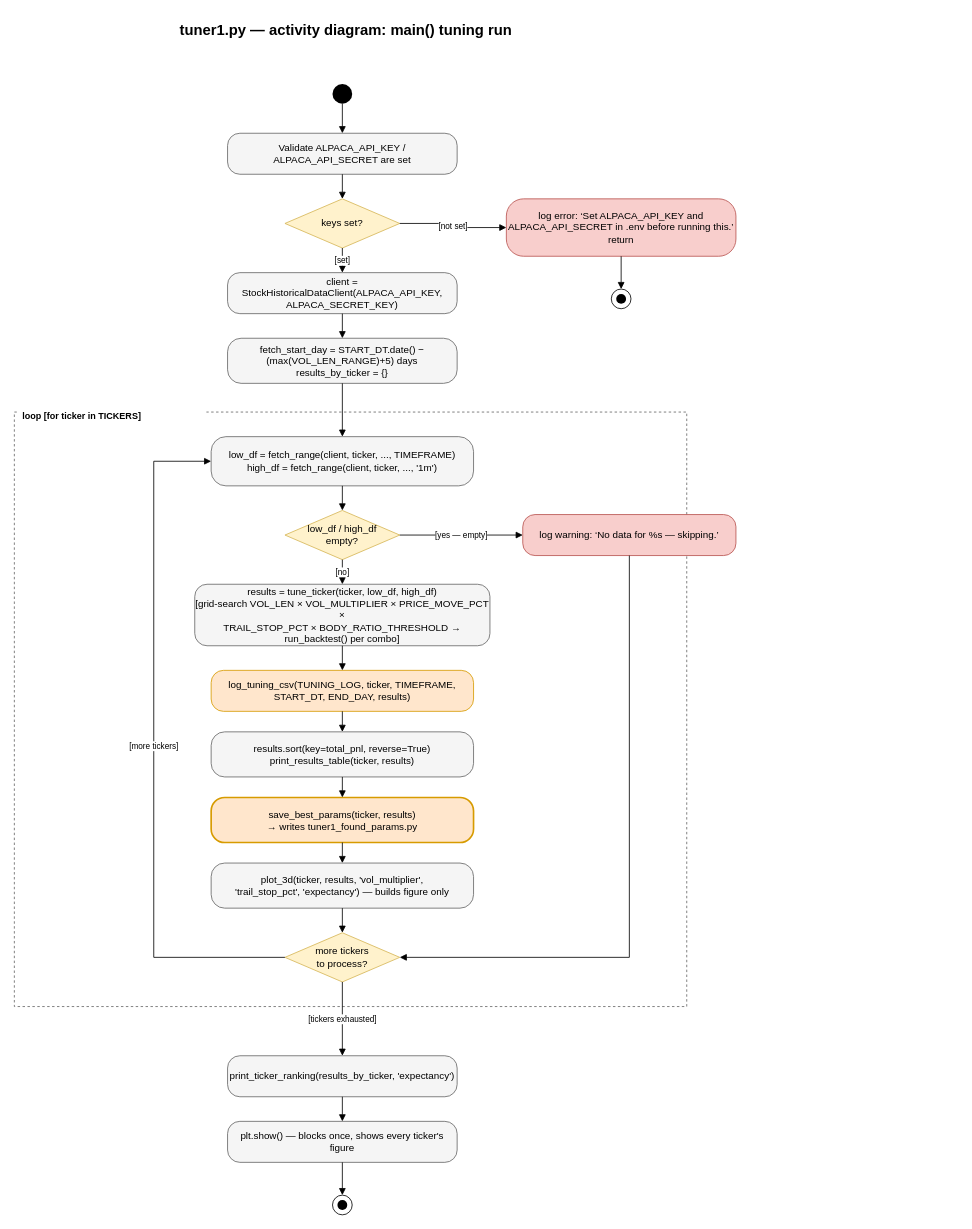
This is page "action_tuner1" (3 of 7) of system.drawio from artgme/r7trader, a draw.io file, before an edit. Source tidied: cells renumbered, new cells numbered last; positions are measured from the earlier drawing's top-left corner, leaving out a move shared by most shapes. Both pictures are drawn from the tidied source at 82%, with x=0, y=0 at pixel (14, 18).
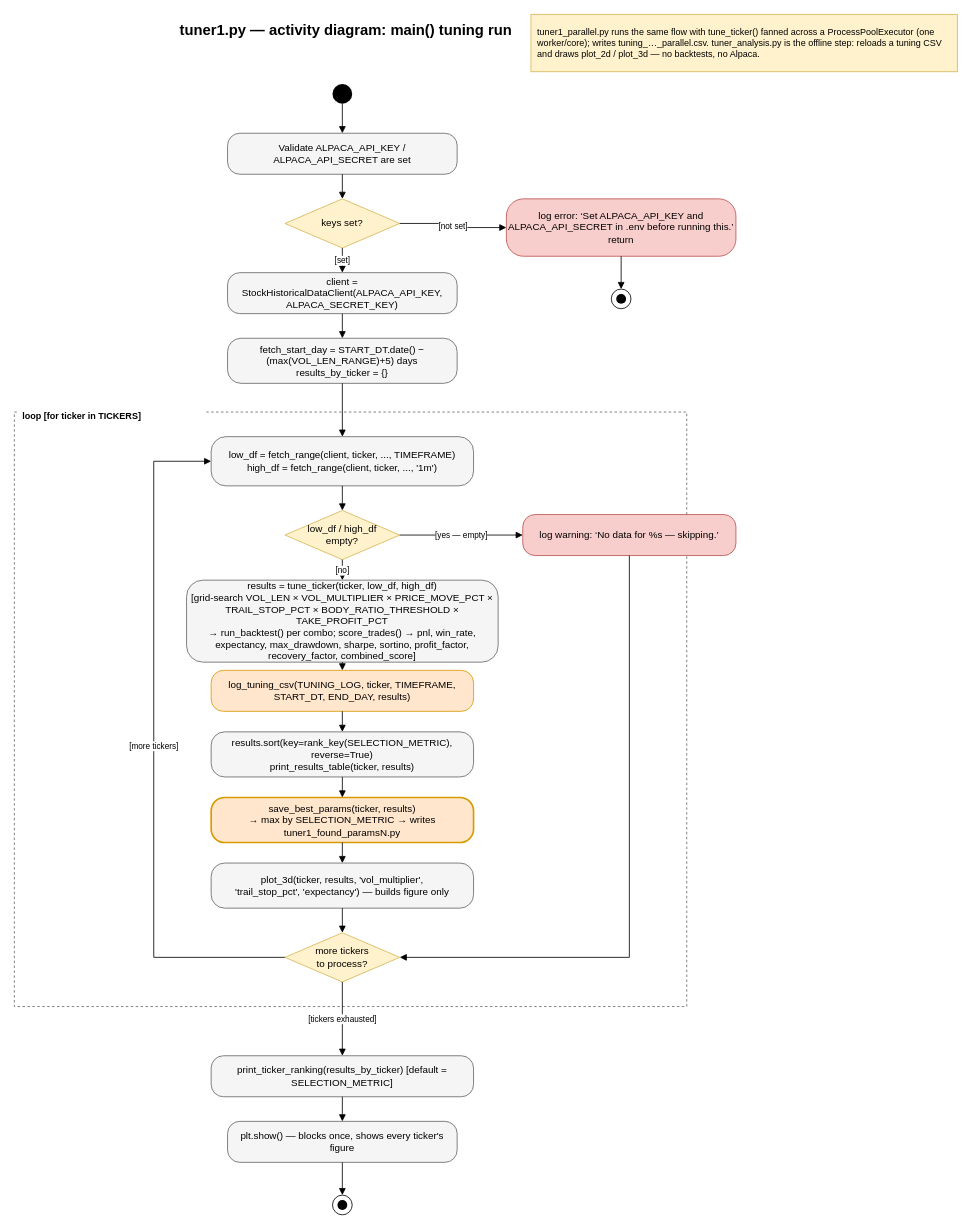
Above is the later version.

Commit message (it also covers changes not shown here):
New metric, e.g. sortino, max dd, total

What changed in the source:
```diff
@@
+    <mxCell id="46" value="tuner1_parallel.py runs the same flow with tune_ticker() fanned across a ProcessPoolExecutor (one worker/core); writes tuning_…_parallel.csv. tuner_analysis.py is the offline step: reloads a tuning CSV and draws plot_2d / plot_3d — no backtests, no Alpaca." style="rounded=0;whiteSpace=wrap;html=1;fillColor=#fff2cc;strokeColor=#d6b656;align=left;spacingLeft=6;fontSize=11;" parent="1" vertex="1">
+      <mxGeometry x="630" y="-5" width="520" height="70" as="geometry" />
+    </mxCell>
@@
-    <mxCell id="16" value="results = tune_ticker(ticker, low_df, high_df)&lt;br&gt;[grid-search VOL_LEN × VOL_MULTIPLIER × PRICE_MOVE_PCT ×&lt;br&gt;TRAIL_STOP_PCT × BODY_RATIO_THRESHOLD → run_backtest() per combo]" style="rounded=1;arcSize=20;whiteSpace=wrap;html=1;fillColor=#f5f5f5;strokeColor=#666666;" parent="1" vertex="1">
-      <mxGeometry x="220" y="690" width="360" height="75" as="geometry" />
+    <mxCell id="16" value="results = tune_ticker(ticker, low_df, high_df)&lt;br&gt;[grid-search VOL_LEN × VOL_MULTIPLIER × PRICE_MOVE_PCT ×&lt;br&gt;TRAIL_STOP_PCT × BODY_RATIO_THRESHOLD × TAKE_PROFIT_PCT&lt;br&gt;→ run_backtest() per combo; score_trades() → pnl, win_rate,&lt;br&gt;expectancy, max_drawdown, sharpe, sortino, profit_factor,&lt;br&gt;recovery_factor, combined_score]" style="rounded=1;arcSize=20;whiteSpace=wrap;html=1;fillColor=#f5f5f5;strokeColor=#666666;" parent="1" vertex="1">
+      <mxGeometry x="210" y="685" width="380" height="100" as="geometry" />
     </mxCell>
@@
-    <mxCell id="18" value="results.sort(key=total_pnl, reverse=True)&lt;br&gt;print_results_table(ticker, results)" style="rounded=1;arcSize=30;whiteSpace=wrap;html=1;fillColor=#f5f5f5;strokeColor=#666666;" parent="1" vertex="1">
+    <mxCell id="18" value="results.sort(key=rank_key(SELECTION_METRIC), reverse=True)&lt;br&gt;print_results_table(ticker, results)" style="rounded=1;arcSize=30;whiteSpace=wrap;html=1;fillColor=#f5f5f5;strokeColor=#666666;" parent="1" vertex="1">
       <mxGeometry x="240" y="870" width="320" height="55" as="geometry" />
     </mxCell>
-    <mxCell id="19" value="save_best_params(ticker, results)&lt;br&gt;→ writes tuner1_found_params.py" style="rounded=1;arcSize=30;whiteSpace=wrap;html=1;fillColor=#ffe6cc;strokeColor=#d79b00;strokeWidth=2;" parent="1" vertex="1">
+    <mxCell id="19" value="save_best_params(ticker, results)&lt;br&gt;→ max by SELECTION_METRIC → writes tuner1_found_paramsN.py" style="rounded=1;arcSize=30;whiteSpace=wrap;html=1;fillColor=#ffe6cc;strokeColor=#d79b00;strokeWidth=2;" parent="1" vertex="1">
       <mxGeometry x="240" y="950" width="320" height="55" as="geometry" />
     </mxCell>
@@
-    <mxCell id="22" value="print_ticker_ranking(results_by_ticker, 'expectancy')" style="rounded=1;arcSize=30;whiteSpace=wrap;html=1;fillColor=#f5f5f5;strokeColor=#666666;" parent="1" vertex="1">
-      <mxGeometry x="260" y="1265" width="280" height="50" as="geometry" />
+    <mxCell id="22" value="print_ticker_ranking(results_by_ticker)  [default = SELECTION_METRIC]" style="rounded=1;arcSize=30;whiteSpace=wrap;html=1;fillColor=#f5f5f5;strokeColor=#666666;" parent="1" vertex="1">
+      <mxGeometry x="240" y="1265" width="320" height="50" as="geometry" />
     </mxCell>
```
